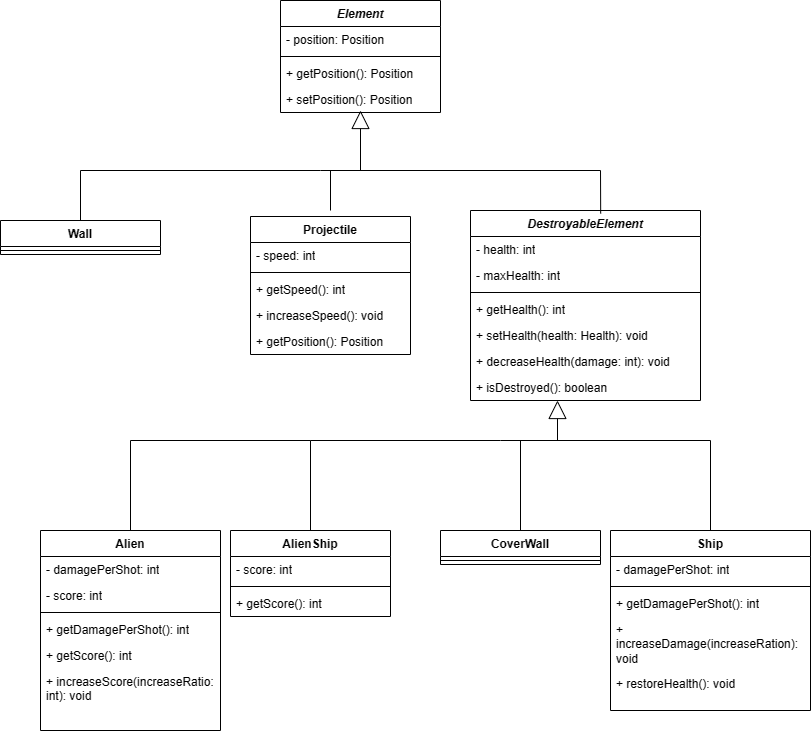
Earlier version of the draw.io export docs/Images_UML/Composite_Pattern.png (FEUP-LDTS-2023/project-l04gr03). Source tidied: cells renumbered, new cells last; positions are measured from the earlier drawing's top-left corner, leaving out a move shared by most shapes.
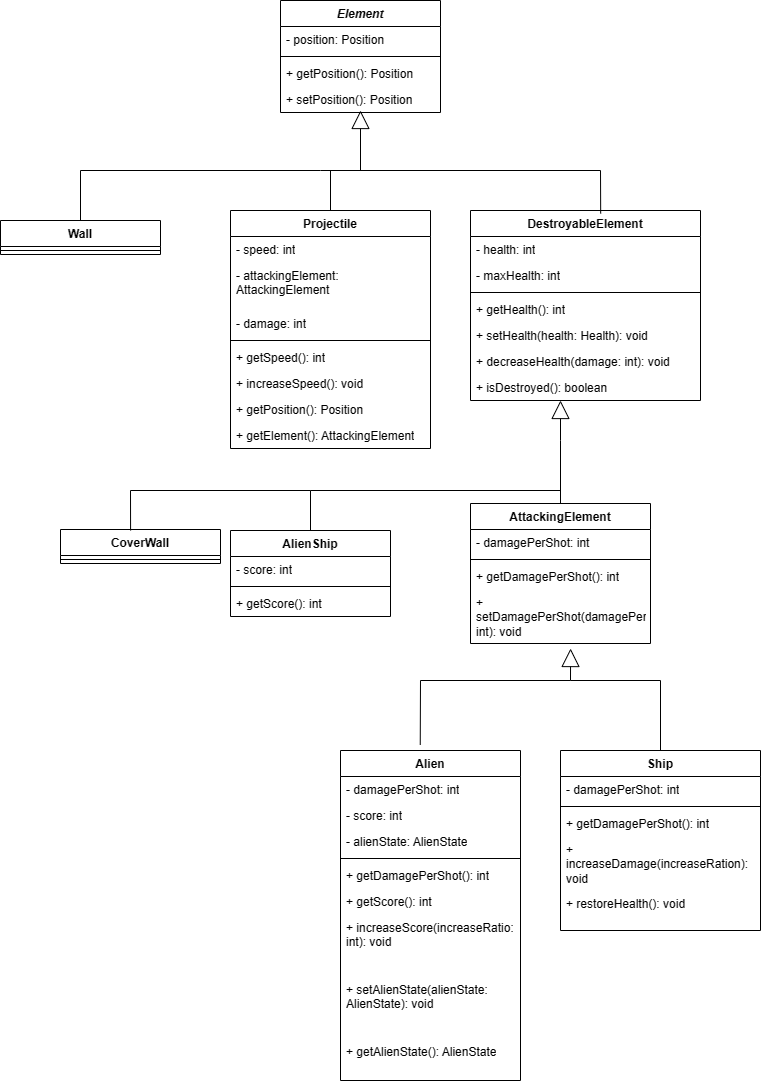
The same diagram one commit later.

Commit message:
UML composite pattern changed

Change to the diagram source:
```diff
@@ -23,7 +23,7 @@
     <mxCell id="8" style="line;strokeWidth=1;fillColor=none;align=left;verticalAlign=middle;spacingTop=-1;spacingLeft=3;spacingRight=3;labelPosition=right;strokeColor=inherit;" parent="7" vertex="1">
       <mxGeometry y="26" width="160" height="8" as="geometry" />
     </mxCell>
-    <mxCell id="9" value="&lt;i&gt;DestroyableElement&lt;/i&gt;" style="swimlane;fontStyle=1;align=center;verticalAlign=top;horizontal=1;startSize=26;whiteSpace=wrap;html=1;" parent="1" vertex="1">
+    <mxCell id="9" value="DestroyableElement" style="swimlane;fontStyle=1;align=center;verticalAlign=top;horizontal=1;startSize=26;whiteSpace=wrap;html=1;" parent="1" vertex="1">
       <mxGeometry x="470" y="210" width="230" height="190" as="geometry" />
     </mxCell>
     <mxCell id="10" value="- health: int" style="text;strokeColor=none;fillColor=none;align=left;verticalAlign=top;spacingLeft=4;spacingRight=4;overflow=hidden;whiteSpace=wrap;html=1;" parent="9" vertex="1">
@@ -60,13 +60,13 @@
       <mxGeometry y="60" width="160" height="26" as="geometry" />
     </mxCell>
     <mxCell id="21" value="CoverWall" style="swimlane;fontStyle=1;align=center;verticalAlign=top;horizontal=1;startSize=26;whiteSpace=wrap;html=1;" parent="1" vertex="1">
-      <mxGeometry x="440" y="530" width="160" height="34" as="geometry" />
+      <mxGeometry x="60" y="529" width="160" height="34" as="geometry" />
     </mxCell>
     <mxCell id="22" style="line;strokeWidth=1;fillColor=none;align=left;verticalAlign=middle;spacingTop=-1;spacingLeft=3;spacingRight=3;labelPosition=right;strokeColor=inherit;" parent="21" vertex="1">
       <mxGeometry y="26" width="160" height="8" as="geometry" />
     </mxCell>
     <mxCell id="23" value="Ship" style="swimlane;fontStyle=1;align=center;verticalAlign=top;horizontal=1;startSize=26;whiteSpace=wrap;html=1;" parent="1" vertex="1">
-      <mxGeometry x="610" y="530" width="200" height="180" as="geometry" />
+      <mxGeometry x="560" y="750" width="200" height="180" as="geometry" />
     </mxCell>
     <mxCell id="24" value="- damagePerShot: int" style="text;strokeColor=none;fillColor=none;align=left;verticalAlign=top;spacingLeft=4;spacingRight=4;overflow=hidden;whiteSpace=wrap;html=1;" parent="23" vertex="1">
       <mxGeometry y="26" width="200" height="26" as="geometry" />
@@ -84,25 +84,34 @@
       <mxGeometry y="140" width="200" height="40" as="geometry" />
     </mxCell>
     <mxCell id="29" value="Alien" style="swimlane;fontStyle=1;align=center;verticalAlign=top;horizontal=1;startSize=26;whiteSpace=wrap;html=1;" parent="1" vertex="1">
-      <mxGeometry x="40" y="530" width="180" height="200" as="geometry" />
+      <mxGeometry x="340" y="750" width="180" height="330" as="geometry" />
     </mxCell>
     <mxCell id="30" value="- damagePerShot: int" style="text;strokeColor=none;fillColor=none;align=left;verticalAlign=top;spacingLeft=4;spacingRight=4;overflow=hidden;whiteSpace=wrap;html=1;" parent="29" vertex="1">
       <mxGeometry y="26" width="180" height="26" as="geometry" />
     </mxCell>
+    <mxCell id="55" value="- score: int" style="text;strokeColor=none;fillColor=none;align=left;verticalAlign=top;spacingLeft=4;spacingRight=4;overflow=hidden;whiteSpace=wrap;html=1;" parent="29" vertex="1">
+      <mxGeometry y="52" width="180" height="26" as="geometry" />
+    </mxCell>
-    <mxCell id="31" value="- score: int" style="text;strokeColor=none;fillColor=none;align=left;verticalAlign=top;spacingLeft=4;spacingRight=4;overflow=hidden;whiteSpace=wrap;html=1;" parent="29" vertex="1">
-      <mxGeometry y="52" width="180" height="26" as="geometry" />
+    <mxCell id="31" value="- alienState: AlienState" style="text;strokeColor=none;fillColor=none;align=left;verticalAlign=top;spacingLeft=4;spacingRight=4;overflow=hidden;whiteSpace=wrap;html=1;" parent="29" vertex="1">
+      <mxGeometry y="78" width="180" height="26" as="geometry" />
     </mxCell>
     <mxCell id="32" style="line;strokeWidth=1;fillColor=none;align=left;verticalAlign=middle;spacingTop=-1;spacingLeft=3;spacingRight=3;labelPosition=right;strokeColor=inherit;" parent="29" vertex="1">
-      <mxGeometry y="78" width="180" height="8" as="geometry" />
+      <mxGeometry y="104" width="180" height="8" as="geometry" />
     </mxCell>
     <mxCell id="33" value="+ getDamagePerShot(): int" style="text;strokeColor=none;fillColor=none;align=left;verticalAlign=top;spacingLeft=4;spacingRight=4;overflow=hidden;whiteSpace=wrap;html=1;" parent="29" vertex="1">
-      <mxGeometry y="86" width="180" height="26" as="geometry" />
+      <mxGeometry y="112" width="180" height="26" as="geometry" />
     </mxCell>
     <mxCell id="34" value="+ getScore(): int" style="text;strokeColor=none;fillColor=none;align=left;verticalAlign=top;spacingLeft=4;spacingRight=4;overflow=hidden;whiteSpace=wrap;html=1;" parent="29" vertex="1">
-      <mxGeometry y="112" width="180" height="26" as="geometry" />
+      <mxGeometry y="138" width="180" height="26" as="geometry" />
     </mxCell>
+    <mxCell id="56" value="+ increaseScore(increaseRatio: int): void" style="text;strokeColor=none;fillColor=none;align=left;verticalAlign=top;spacingLeft=4;spacingRight=4;overflow=hidden;whiteSpace=wrap;html=1;" parent="29" vertex="1">
+      <mxGeometry y="164" width="180" height="62" as="geometry" />
+    </mxCell>
+    <mxCell id="57" value="+ setAlienState(alienState: AlienState): void" style="text;strokeColor=none;fillColor=none;align=left;verticalAlign=top;spacingLeft=4;spacingRight=4;overflow=hidden;whiteSpace=wrap;html=1;" parent="29" vertex="1">
+      <mxGeometry y="226" width="180" height="62" as="geometry" />
+    </mxCell>
-    <mxCell id="35" value="+ increaseScore(increaseRatio: int): void" style="text;strokeColor=none;fillColor=none;align=left;verticalAlign=top;spacingLeft=4;spacingRight=4;overflow=hidden;whiteSpace=wrap;html=1;" parent="29" vertex="1">
-      <mxGeometry y="138" width="180" height="62" as="geometry" />
+    <mxCell id="35" value="+ getAlienState(): AlienState" style="text;strokeColor=none;fillColor=none;align=left;verticalAlign=top;spacingLeft=4;spacingRight=4;overflow=hidden;whiteSpace=wrap;html=1;" parent="29" vertex="1">
+      <mxGeometry y="288" width="180" height="42" as="geometry" />
     </mxCell>
     <mxCell id="36" style="endArrow=none;html=1;rounded=0;" parent="1" edge="1">
       <mxGeometry relative="1" as="geometry">
@@ -113,41 +122,44 @@
         </Array>
       </mxGeometry>
     </mxCell>
-    <mxCell id="37" style="endArrow=none;html=1;rounded=0;" parent="1" edge="1">
-      <mxGeometry relative="1" as="geometry">
-        <mxPoint x="500" y="440" as="sourcePoint" />
-        <mxPoint x="710" y="440" as="targetPoint" />
-      </mxGeometry>
-    </mxCell>
     <mxCell id="38" style="endArrow=none;html=1;rounded=0;" parent="1" edge="1">
       <mxGeometry relative="1" as="geometry">
-        <mxPoint x="310" y="440" as="sourcePoint" />
-        <mxPoint x="500" y="440" as="targetPoint" />
+        <mxPoint x="310" y="490" as="sourcePoint" />
+        <mxPoint x="560" y="490" as="targetPoint" />
       </mxGeometry>
     </mxCell>
     <mxCell id="39" style="endArrow=none;html=1;rounded=0;" parent="1" edge="1">
       <mxGeometry relative="1" as="geometry">
-        <mxPoint x="130" y="440" as="sourcePoint" />
-        <mxPoint x="310" y="440" as="targetPoint" />
+        <mxPoint x="130" y="490" as="sourcePoint" />
+        <mxPoint x="310" y="490" as="targetPoint" />
       </mxGeometry>
     </mxCell>
     <mxCell id="40" value="Projectile" style="swimlane;fontStyle=1;align=center;verticalAlign=top;horizontal=1;startSize=26;whiteSpace=wrap;html=1;" parent="1" vertex="1">
-      <mxGeometry x="250" y="216" width="160" height="138" as="geometry" />
+      <mxGeometry x="230" y="210" width="200" height="238" as="geometry" />
     </mxCell>
+    <mxCell id="58" value="- speed: int" style="text;strokeColor=none;fillColor=none;align=left;verticalAlign=top;spacingLeft=4;spacingRight=4;overflow=hidden;whiteSpace=wrap;html=1;" parent="40" vertex="1">
+      <mxGeometry y="26" width="200" height="26" as="geometry" />
+    </mxCell>
+    <mxCell id="59" value="- attackingElement: AttackingElement" style="text;strokeColor=none;fillColor=none;align=left;verticalAlign=top;spacingLeft=4;spacingRight=4;overflow=hidden;whiteSpace=wrap;html=1;" parent="40" vertex="1">
+      <mxGeometry y="52" width="200" height="48" as="geometry" />
+    </mxCell>
-    <mxCell id="41" value="- speed: int" style="text;strokeColor=none;fillColor=none;align=left;verticalAlign=top;spacingLeft=4;spacingRight=4;overflow=hidden;whiteSpace=wrap;html=1;" parent="40" vertex="1">
-      <mxGeometry y="26" width="160" height="26" as="geometry" />
+    <mxCell id="41" value="- damage: int" style="text;strokeColor=none;fillColor=none;align=left;verticalAlign=top;spacingLeft=4;spacingRight=4;overflow=hidden;whiteSpace=wrap;html=1;" parent="40" vertex="1">
+      <mxGeometry y="100" width="200" height="26" as="geometry" />
     </mxCell>
     <mxCell id="42" style="line;strokeWidth=1;fillColor=none;align=left;verticalAlign=middle;spacingTop=-1;spacingLeft=3;spacingRight=3;labelPosition=right;strokeColor=inherit;" parent="40" vertex="1">
-      <mxGeometry y="52" width="160" height="8" as="geometry" />
+      <mxGeometry y="126" width="200" height="8" as="geometry" />
     </mxCell>
     <mxCell id="43" value="+ getSpeed(): int" style="text;strokeColor=none;fillColor=none;align=left;verticalAlign=top;spacingLeft=4;spacingRight=4;overflow=hidden;whiteSpace=wrap;html=1;" parent="40" vertex="1">
-      <mxGeometry y="60" width="160" height="26" as="geometry" />
+      <mxGeometry y="134" width="200" height="26" as="geometry" />
     </mxCell>
     <mxCell id="44" value="+ increaseSpeed(): void" style="text;strokeColor=none;fillColor=none;align=left;verticalAlign=top;spacingLeft=4;spacingRight=4;overflow=hidden;whiteSpace=wrap;html=1;" parent="40" vertex="1">
-      <mxGeometry y="86" width="160" height="26" as="geometry" />
+      <mxGeometry y="160" width="200" height="26" as="geometry" />
     </mxCell>
+    <mxCell id="60" value="+ getPosition(): Position" style="text;strokeColor=none;fillColor=none;align=left;verticalAlign=top;spacingLeft=4;spacingRight=4;overflow=hidden;whiteSpace=wrap;html=1;" parent="40" vertex="1">
+      <mxGeometry y="186" width="200" height="26" as="geometry" />
+    </mxCell>
-    <mxCell id="45" value="+ getPosition(): Position" style="text;strokeColor=none;fillColor=none;align=left;verticalAlign=top;spacingLeft=4;spacingRight=4;overflow=hidden;whiteSpace=wrap;html=1;" parent="40" vertex="1">
-      <mxGeometry y="112" width="160" height="26" as="geometry" />
+    <mxCell id="45" value="+ getElement(): AttackingElement" style="text;strokeColor=none;fillColor=none;align=left;verticalAlign=top;spacingLeft=4;spacingRight=4;overflow=hidden;whiteSpace=wrap;html=1;" parent="40" vertex="1">
+      <mxGeometry y="212" width="200" height="26" as="geometry" />
     </mxCell>
     <mxCell id="46" style="endArrow=block;endSize=16;endFill=0;html=1;rounded=0;" parent="1" edge="1">
       <mxGeometry relative="1" as="geometry">
@@ -173,29 +185,66 @@
     </mxCell>
     <mxCell id="50" style="endArrow=block;endSize=16;endFill=0;html=1;rounded=0;" parent="1" edge="1">
       <mxGeometry relative="1" as="geometry">
-        <mxPoint x="557" y="440" as="sourcePoint" />
-        <mxPoint x="557" y="400" as="targetPoint" />
+        <mxPoint x="560" y="440" as="sourcePoint" />
+        <mxPoint x="560" y="400" as="targetPoint" />
       </mxGeometry>
     </mxCell>
-    <mxCell id="51" style="endArrow=none;html=1;rounded=0;entryX=0.5;entryY=0;entryDx=0;entryDy=0;" parent="1" edge="1" target="21">
-      <mxGeometry relative="1" as="geometry">
-        <mxPoint x="520" y="440" as="sourcePoint" />
-      </mxGeometry>
-    </mxCell>
-    <mxCell id="52" style="endArrow=none;html=1;rounded=0;entryX=0.5;entryY=0;entryDx=0;entryDy=0;" parent="1" edge="1" target="23">
-      <mxGeometry relative="1" as="geometry">
-        <mxPoint x="710" y="440" as="sourcePoint" />
-      </mxGeometry>
-    </mxCell>
     <mxCell id="53" style="endArrow=none;html=1;rounded=0;exitX=0.5;exitY=0;exitDx=0;exitDy=0;" parent="1" edge="1" source="17">
       <mxGeometry relative="1" as="geometry">
-        <mxPoint x="310" y="440" as="targetPoint" />
+        <mxPoint x="310" y="490" as="targetPoint" />
       </mxGeometry>
     </mxCell>
-    <mxCell id="54" style="endArrow=none;html=1;rounded=0;exitX=0.5;exitY=0;exitDx=0;exitDy=0;" parent="1" edge="1" source="29">
+    <mxCell id="54" style="endArrow=none;html=1;rounded=0;exitX=0.438;exitY=0.029;exitDx=0;exitDy=0;exitPerimeter=0;" parent="1" edge="1" source="21">
       <mxGeometry relative="1" as="geometry">
-        <mxPoint x="130" y="440" as="targetPoint" />
+        <mxPoint x="130" y="490" as="targetPoint" />
       </mxGeometry>
     </mxCell>
+    <mxCell id="61" value="AttackingElement" style="swimlane;fontStyle=1;align=center;verticalAlign=top;horizontal=1;startSize=26;whiteSpace=wrap;html=1;" parent="1" vertex="1">
+      <mxGeometry x="470" y="503" width="180" height="140" as="geometry" />
+    </mxCell>
+    <mxCell id="62" value="- damagePerShot: int&amp;nbsp;" style="text;strokeColor=none;fillColor=none;align=left;verticalAlign=top;spacingLeft=4;spacingRight=4;overflow=hidden;whiteSpace=wrap;html=1;" parent="61" vertex="1">
+      <mxGeometry y="26" width="180" height="26" as="geometry" />
+    </mxCell>
+    <mxCell id="63" style="line;strokeWidth=1;fillColor=none;align=left;verticalAlign=middle;spacingTop=-1;spacingLeft=3;spacingRight=3;labelPosition=right;strokeColor=inherit;" parent="61" vertex="1">
+      <mxGeometry y="52" width="180" height="8" as="geometry" />
+    </mxCell>
+    <mxCell id="64" value="+ getDamagePerShot(): int" style="text;strokeColor=none;fillColor=none;align=left;verticalAlign=top;spacingLeft=4;spacingRight=4;overflow=hidden;whiteSpace=wrap;html=1;" parent="61" vertex="1">
+      <mxGeometry y="60" width="180" height="26" as="geometry" />
+    </mxCell>
+    <mxCell id="65" value="+ setDamagePerShot(damagePerShot: int): void" style="text;strokeColor=none;fillColor=none;align=left;verticalAlign=top;spacingLeft=4;spacingRight=4;overflow=hidden;points=[[0,0.5],[1,0.5]];portConstraint=eastwest;whiteSpace=wrap;html=1;" parent="61" vertex="1">
+      <mxGeometry y="86" width="180" height="54" as="geometry" />
+    </mxCell>
+    <mxCell id="66" style="endArrow=none;html=1;rounded=0;" parent="1" edge="1" source="61">
+      <mxGeometry relative="1" as="geometry">
+        <mxPoint x="560" y="440" as="targetPoint" />
+      </mxGeometry>
+    </mxCell>
+    <mxCell id="67" style="endArrow=block;endSize=16;endFill=0;html=1;rounded=0;entryX=0.556;entryY=1.093;entryDx=0;entryDy=0;entryPerimeter=0;" parent="1" edge="1" target="65">
+      <mxGeometry relative="1" as="geometry">
+        <mxPoint x="570" y="680" as="sourcePoint" />
+      </mxGeometry>
+    </mxCell>
+    <mxCell id="68" style="endArrow=none;html=1;rounded=0;" parent="1" edge="1">
+      <mxGeometry relative="1" as="geometry">
+        <mxPoint x="420" y="680" as="sourcePoint" />
+        <mxPoint x="570" y="680" as="targetPoint" />
+      </mxGeometry>
+    </mxCell>
+    <mxCell id="69" style="endArrow=none;html=1;rounded=0;exitX=0.443;exitY=-0.017;exitDx=0;exitDy=0;exitPerimeter=0;" parent="1" edge="1" source="29">
+      <mxGeometry relative="1" as="geometry">
+        <mxPoint x="420" y="680" as="targetPoint" />
+      </mxGeometry>
+    </mxCell>
+    <mxCell id="70" style="endArrow=none;html=1;rounded=0;" parent="1" edge="1">
+      <mxGeometry relative="1" as="geometry">
+        <mxPoint x="660" y="680" as="sourcePoint" />
+        <mxPoint x="570" y="680" as="targetPoint" />
+      </mxGeometry>
+    </mxCell>
+    <mxCell id="71" style="endArrow=none;html=1;rounded=0;" parent="1" edge="1" source="23">
+      <mxGeometry relative="1" as="geometry">
+        <mxPoint x="660" y="680" as="targetPoint" />
+      </mxGeometry>
+    </mxCell>
   </root>
 </mxGraphModel>
```
